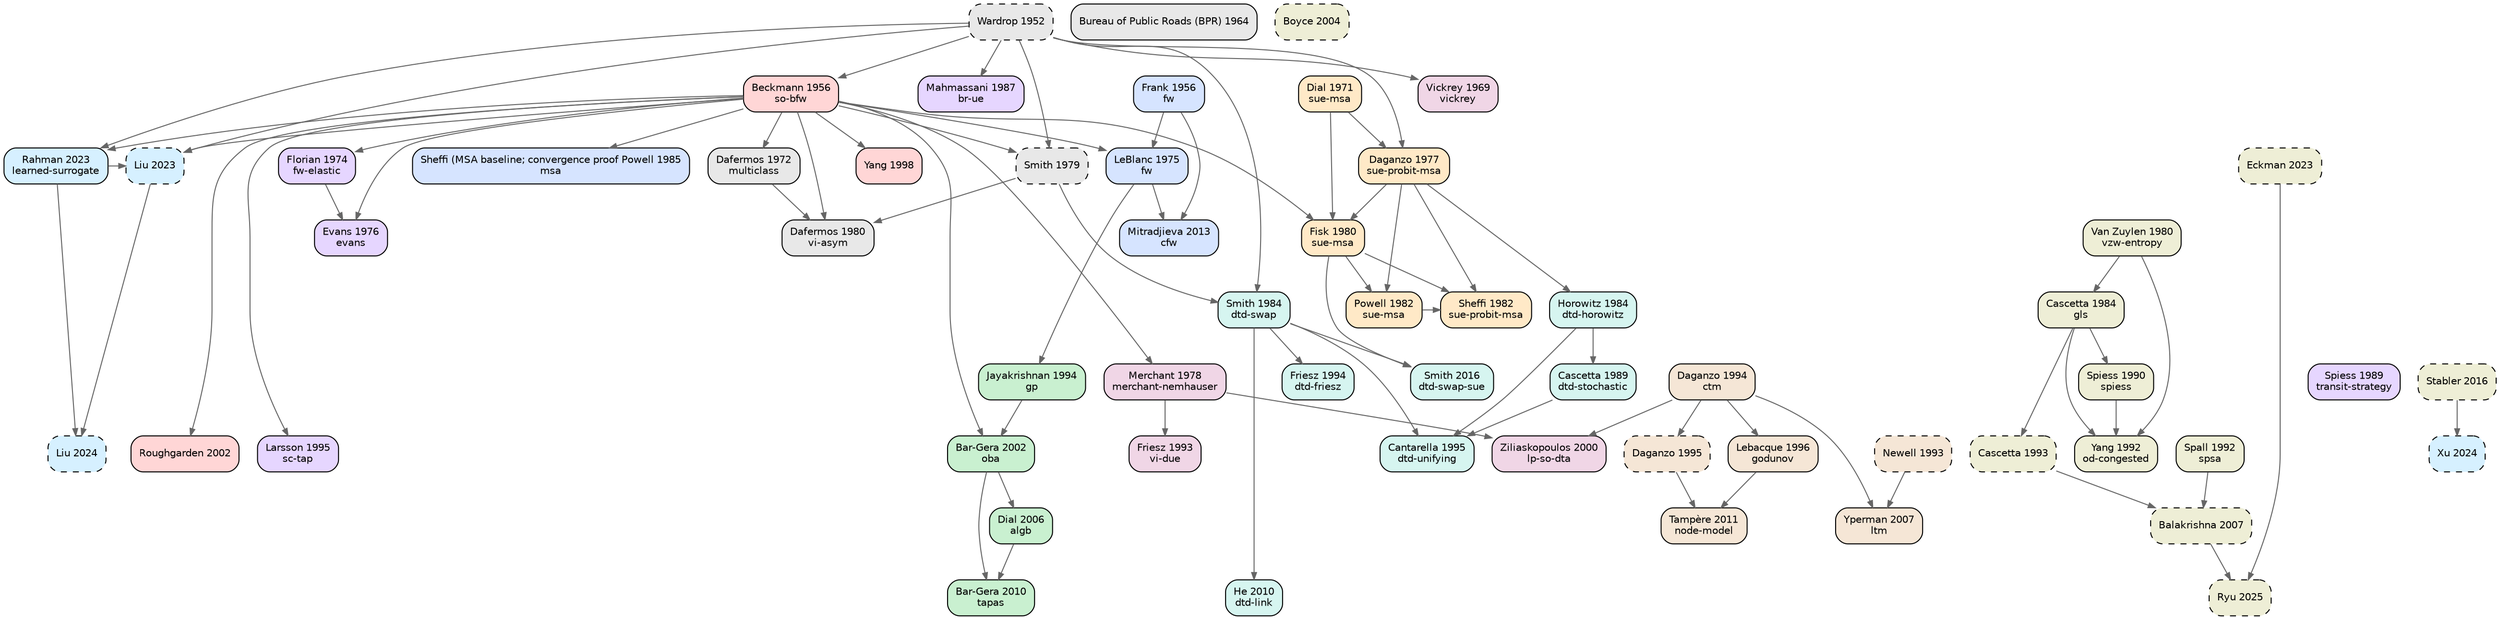
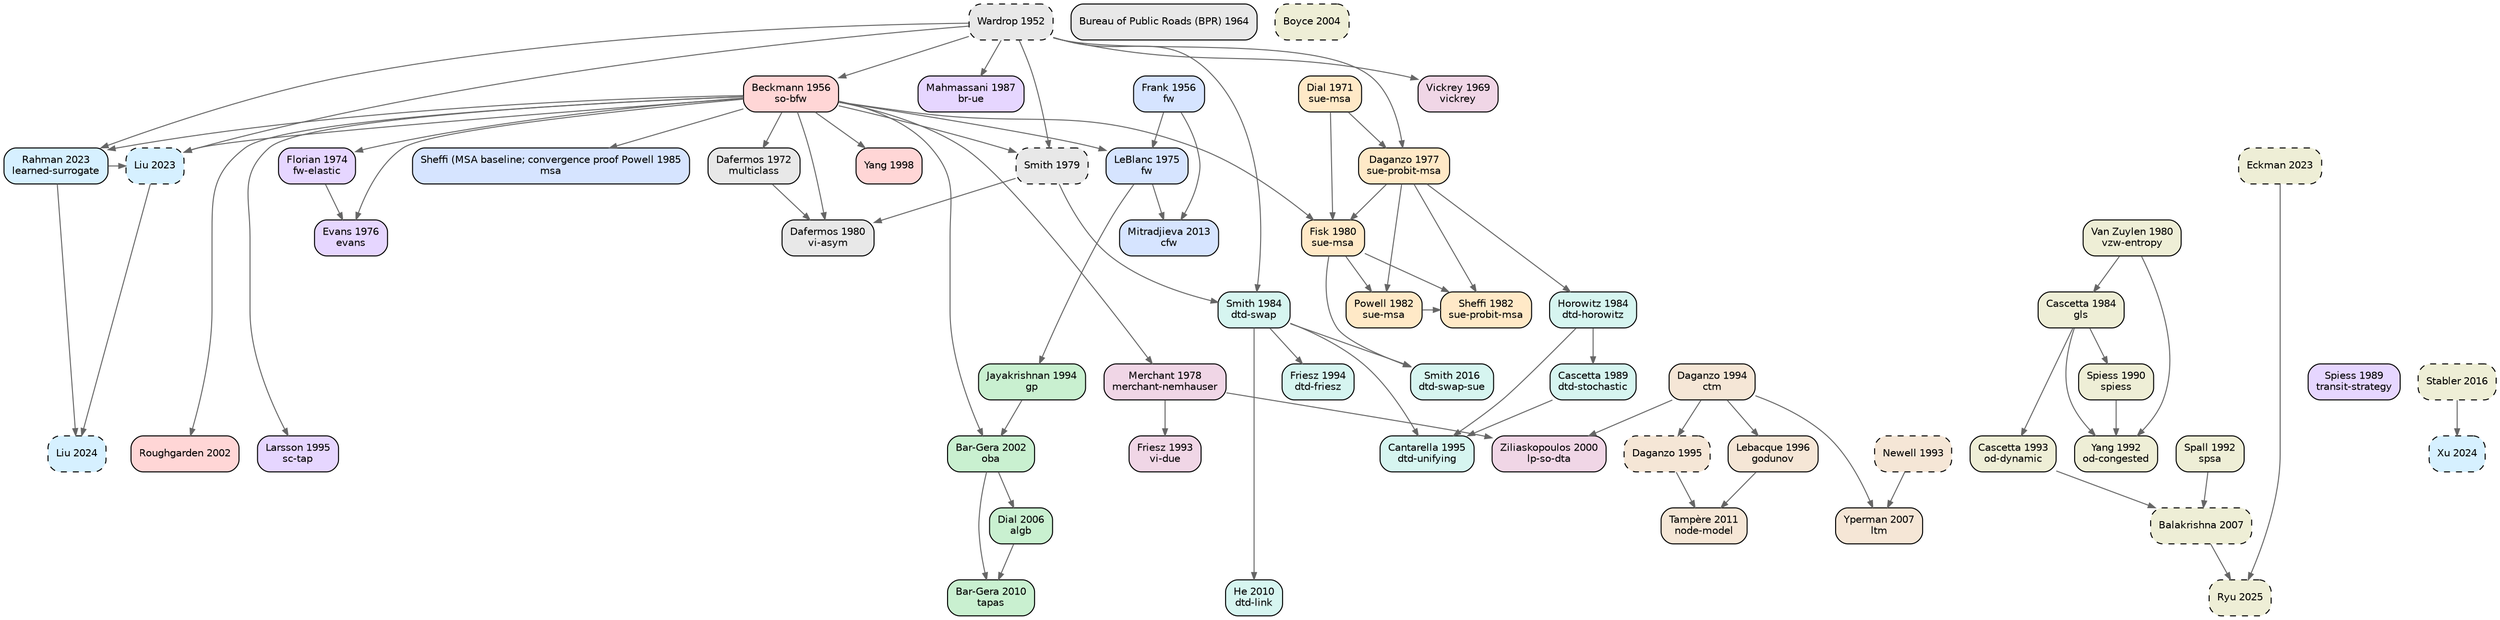
digraph TA_evolution {
  rankdir=TB; node [shape=box,style="rounded,filled",fontname="Helvetica",fontsize=10];
  edge [color="#666666",arrowsize=0.7];
  { rank=same; "wardrop1952some" }
  { rank=same; "frank1956algorithm" "beckmann1956studies" }
  { rank=same; "bpr1964traffic" }
  { rank=same; "vickrey1969congestion" }
  { rank=same; "dial1971probabilistic" }
  { rank=same; "dafermos1972traffic" }
  { rank=same; "florian1974method" }
  { rank=same; "leblanc1975efficient" }
  { rank=same; "evans1976derivation" }
  { rank=same; "daganzo1977stochastic" }
  { rank=same; "merchant1978model" }
  { rank=same; "smith1979existence" }
  { rank=same; "dafermos1980traffic" "fisk1980some" "vanzuylen1980most" }
  { rank=same; "powell1982convergence" "sheffi1982algorithm" }
  { rank=same; "horowitz1984stability" "smith1984stability" "cascetta1984estimation" }
  { rank=same; "sheffi1985urban" }
  { rank=same; "mahmassani1987on" }
  { rank=same; "spiess1989optimal" "cascetta1989stochastic" }
  { rank=same; "spiess1990gradient" }
  { rank=same; "spall1992multivariate" "yang1992estimation" }
  { rank=same; "newell1993simplified" "friesz1993variational" "cascetta1993dynamic" }
  { rank=same; "jayakrishnan1994faster" "friesz1994daytoday" "daganzo1994cell" }
  { rank=same; "larsson1995augmented" "cantarella1995dynamic" "daganzo1995cell" }
  { rank=same; "lebacque1996godunov" }
  { rank=same; "yang1998principle" }
  { rank=same; "ziliaskopoulos2000linear" }
  { rank=same; "bargera2002origin" "roughgarden2002how" }
  { rank=same; "boyce2004convergence" }
  { rank=same; "dial2006path" }
  { rank=same; "yperman2007link" "balakrishna2007offline" }
  { rank=same; "bargera2010traffic" "he2010linkbased" }
  { rank=same; "tampere2011generic" }
  { rank=same; "mitradjieva2013stiff" }
  { rank=same; "smith2016routeswapping" "stabler2016transportation" }
  { rank=same; "liu2023end" "rahman2023data" "eckman2023simopt" }
  { rank=same; "liu2024end" "xu2024unified" }
  { rank=same; "ryu2025bo4mob" }
  "wardrop1952some" [label="Wardrop 1952\n",fillcolor="#e8e8e8",style="rounded,filled,dashed"];
  "bpr1964traffic" [label="Bureau of Public Roads (BPR) 1964\n",fillcolor="#e8e8e8",style="rounded,filled"];
  "dafermos1972traffic" [label="Dafermos 1972\nmulticlass",fillcolor="#e8e8e8",style="rounded,filled"];
  "smith1979existence" [label="Smith 1979\n",fillcolor="#e8e8e8",style="rounded,filled,dashed"];
  "dafermos1980traffic" [label="Dafermos 1980\nvi-asym",fillcolor="#e8e8e8",style="rounded,filled"];
  "frank1956algorithm" [label="Frank 1956\nfw",fillcolor="#d6e4ff",style="rounded,filled"];
  "leblanc1975efficient" [label="LeBlanc 1975\nfw",fillcolor="#d6e4ff",style="rounded,filled"];
  "sheffi1985urban" [label="Sheffi (MSA baseline; convergence proof Powell 1985\nmsa",fillcolor="#d6e4ff",style="rounded,filled"];
  "mitradjieva2013stiff" [label="Mitradjieva 2013\ncfw",fillcolor="#d6e4ff",style="rounded,filled"];
  "jayakrishnan1994faster" [label="Jayakrishnan 1994\ngp",fillcolor="#c9f0d0",style="rounded,filled"];
  "bargera2002origin" [label="Bar-Gera 2002\noba",fillcolor="#c9f0d0",style="rounded,filled"];
  "dial2006path" [label="Dial 2006\nalgb",fillcolor="#c9f0d0",style="rounded,filled"];
  "bargera2010traffic" [label="Bar-Gera 2010\ntapas",fillcolor="#c9f0d0",style="rounded,filled"];
  "dial1971probabilistic" [label="Dial 1971\nsue-msa",fillcolor="#ffe9c7",style="rounded,filled"];
  "daganzo1977stochastic" [label="Daganzo 1977\nsue-probit-msa",fillcolor="#ffe9c7",style="rounded,filled"];
  "fisk1980some" [label="Fisk 1980\nsue-msa",fillcolor="#ffe9c7",style="rounded,filled"];
  "powell1982convergence" [label="Powell 1982\nsue-msa",fillcolor="#ffe9c7",style="rounded,filled"];
  "sheffi1982algorithm" [label="Sheffi 1982\nsue-probit-msa",fillcolor="#ffe9c7",style="rounded,filled"];
  "beckmann1956studies" [label="Beckmann 1956\nso-bfw",fillcolor="#ffd6d6",style="rounded,filled"];
  "yang1998principle" [label="Yang 1998\n",fillcolor="#ffd6d6",style="rounded,filled"];
  "roughgarden2002how" [label="Roughgarden 2002\n",fillcolor="#ffd6d6",style="rounded,filled"];
  "florian1974method" [label="Florian 1974\nfw-elastic",fillcolor="#e6d6ff",style="rounded,filled"];
  "evans1976derivation" [label="Evans 1976\nevans",fillcolor="#e6d6ff",style="rounded,filled"];
  "mahmassani1987on" [label="Mahmassani 1987\nbr-ue",fillcolor="#e6d6ff",style="rounded,filled"];
  "spiess1989optimal" [label="Spiess 1989\ntransit-strategy",fillcolor="#e6d6ff",style="rounded,filled"];
  "larsson1995augmented" [label="Larsson 1995\nsc-tap",fillcolor="#e6d6ff",style="rounded,filled"];
  "horowitz1984stability" [label="Horowitz 1984\ndtd-horowitz",fillcolor="#d6f5f0",style="rounded,filled"];
  "smith1984stability" [label="Smith 1984\ndtd-swap",fillcolor="#d6f5f0",style="rounded,filled"];
  "cascetta1989stochastic" [label="Cascetta 1989\ndtd-stochastic",fillcolor="#d6f5f0",style="rounded,filled"];
  "friesz1994daytoday" [label="Friesz 1994\ndtd-friesz",fillcolor="#d6f5f0",style="rounded,filled"];
  "cantarella1995dynamic" [label="Cantarella 1995\ndtd-unifying",fillcolor="#d6f5f0",style="rounded,filled"];
  "he2010linkbased" [label="He 2010\ndtd-link",fillcolor="#d6f5f0",style="rounded,filled"];
  "smith2016routeswapping" [label="Smith 2016\ndtd-swap-sue",fillcolor="#d6f5f0",style="rounded,filled"];
  "newell1993simplified" [label="Newell 1993\n",fillcolor="#f5e6d6",style="rounded,filled,dashed"];
  "daganzo1994cell" [label="Daganzo 1994\nctm",fillcolor="#f5e6d6",style="rounded,filled"];
  "daganzo1995cell" [label="Daganzo 1995\n",fillcolor="#f5e6d6",style="rounded,filled,dashed"];
  "lebacque1996godunov" [label="Lebacque 1996\ngodunov",fillcolor="#f5e6d6",style="rounded,filled"];
  "yperman2007link" [label="Yperman 2007\nltm",fillcolor="#f5e6d6",style="rounded,filled"];
  "tampere2011generic" [label="Tampère 2011\nnode-model",fillcolor="#f5e6d6",style="rounded,filled"];
  "vickrey1969congestion" [label="Vickrey 1969\nvickrey",fillcolor="#f0d6e6",style="rounded,filled"];
  "merchant1978model" [label="Merchant 1978\nmerchant-nemhauser",fillcolor="#f0d6e6",style="rounded,filled"];
  "friesz1993variational" [label="Friesz 1993\nvi-due",fillcolor="#f0d6e6",style="rounded,filled"];
  "ziliaskopoulos2000linear" [label="Ziliaskopoulos 2000\nlp-so-dta",fillcolor="#f0d6e6",style="rounded,filled"];
  "liu2023end" [label="Liu 2023\n",fillcolor="#d6f0ff",style="rounded,filled,dashed"];
  "rahman2023data" [label="Rahman 2023\nlearned-surrogate",fillcolor="#d6f0ff",style="rounded,filled"];
  "liu2024end" [label="Liu 2024\n",fillcolor="#d6f0ff",style="rounded,filled,dashed"];
  "xu2024unified" [label="Xu 2024\n",fillcolor="#d6f0ff",style="rounded,filled,dashed"];
  "vanzuylen1980most" [label="Van Zuylen 1980\nvzw-entropy",fillcolor="#eeeed6",style="rounded,filled"];
  "cascetta1984estimation" [label="Cascetta 1984\ngls",fillcolor="#eeeed6",style="rounded,filled"];
  "spiess1990gradient" [label="Spiess 1990\nspiess",fillcolor="#eeeed6",style="rounded,filled"];
  "spall1992multivariate" [label="Spall 1992\nspsa",fillcolor="#eeeed6",style="rounded,filled"];
  "yang1992estimation" [label="Yang 1992\nod-congested",fillcolor="#eeeed6",style="rounded,filled"];
-   "cascetta1993dynamic" [label="Cascetta 1993\n",fillcolor="#eeeed6",style="rounded,filled,dashed"];
+   "cascetta1993dynamic" [label="Cascetta 1993\nod-dynamic",fillcolor="#eeeed6",style="rounded,filled"];
  "boyce2004convergence" [label="Boyce 2004\n",fillcolor="#eeeed6",style="rounded,filled,dashed"];
  "balakrishna2007offline" [label="Balakrishna 2007\n",fillcolor="#eeeed6",style="rounded,filled,dashed"];
  "stabler2016transportation" [label="Stabler 2016\n",fillcolor="#eeeed6",style="rounded,filled,dashed"];
  "eckman2023simopt" [label="Eckman 2023\n",fillcolor="#eeeed6",style="rounded,filled,dashed"];
  "ryu2025bo4mob" [label="Ryu 2025\n",fillcolor="#eeeed6",style="rounded,filled,dashed"];
  "beckmann1956studies" -> "dafermos1972traffic";
  "wardrop1952some" -> "smith1979existence";
  "beckmann1956studies" -> "smith1979existence";
  "smith1979existence" -> "dafermos1980traffic";
  "beckmann1956studies" -> "dafermos1980traffic";
  "dafermos1972traffic" -> "dafermos1980traffic";
  "frank1956algorithm" -> "leblanc1975efficient";
  "beckmann1956studies" -> "leblanc1975efficient";
  "beckmann1956studies" -> "sheffi1985urban";
  "leblanc1975efficient" -> "mitradjieva2013stiff";
  "frank1956algorithm" -> "mitradjieva2013stiff";
  "leblanc1975efficient" -> "jayakrishnan1994faster";
  "jayakrishnan1994faster" -> "bargera2002origin";
  "beckmann1956studies" -> "bargera2002origin";
  "bargera2002origin" -> "dial2006path";
  "dial2006path" -> "bargera2010traffic";
  "bargera2002origin" -> "bargera2010traffic";
  "dial1971probabilistic" -> "daganzo1977stochastic";
  "wardrop1952some" -> "daganzo1977stochastic";
  "daganzo1977stochastic" -> "fisk1980some";
  "dial1971probabilistic" -> "fisk1980some";
  "beckmann1956studies" -> "fisk1980some";
  "fisk1980some" -> "powell1982convergence";
  "daganzo1977stochastic" -> "powell1982convergence";
  "daganzo1977stochastic" -> "sheffi1982algorithm";
  "powell1982convergence" -> "sheffi1982algorithm";
  "fisk1980some" -> "sheffi1982algorithm";
  "wardrop1952some" -> "beckmann1956studies";
  "beckmann1956studies" -> "yang1998principle";
  "beckmann1956studies" -> "roughgarden2002how";
  "beckmann1956studies" -> "florian1974method";
  "beckmann1956studies" -> "evans1976derivation";
  "florian1974method" -> "evans1976derivation";
  "wardrop1952some" -> "mahmassani1987on";
  "beckmann1956studies" -> "larsson1995augmented";
  "daganzo1977stochastic" -> "horowitz1984stability";
  "smith1979existence" -> "smith1984stability";
  "wardrop1952some" -> "smith1984stability";
  "horowitz1984stability" -> "cascetta1989stochastic";
  "smith1984stability" -> "friesz1994daytoday";
  "cascetta1989stochastic" -> "cantarella1995dynamic";
  "smith1984stability" -> "cantarella1995dynamic";
  "horowitz1984stability" -> "cantarella1995dynamic";
  "smith1984stability" -> "he2010linkbased";
  "smith1984stability" -> "smith2016routeswapping";
  "fisk1980some" -> "smith2016routeswapping";
  "daganzo1994cell" -> "daganzo1995cell";
  "daganzo1994cell" -> "lebacque1996godunov";
  "newell1993simplified" -> "yperman2007link";
  "daganzo1994cell" -> "yperman2007link";
  "daganzo1995cell" -> "tampere2011generic";
  "lebacque1996godunov" -> "tampere2011generic";
  "wardrop1952some" -> "vickrey1969congestion";
  "beckmann1956studies" -> "merchant1978model";
  "merchant1978model" -> "friesz1993variational";
  "merchant1978model" -> "ziliaskopoulos2000linear";
  "daganzo1994cell" -> "ziliaskopoulos2000linear";
  "rahman2023data" -> "liu2023end";
  "beckmann1956studies" -> "liu2023end";
  "wardrop1952some" -> "liu2023end";
  "wardrop1952some" -> "rahman2023data";
  "beckmann1956studies" -> "rahman2023data";
  "rahman2023data" -> "liu2024end";
  "liu2023end" -> "liu2024end";
  "stabler2016transportation" -> "xu2024unified";
  "vanzuylen1980most" -> "cascetta1984estimation";
  "cascetta1984estimation" -> "spiess1990gradient";
  "cascetta1984estimation" -> "yang1992estimation";
  "spiess1990gradient" -> "yang1992estimation";
  "vanzuylen1980most" -> "yang1992estimation";
  "cascetta1984estimation" -> "cascetta1993dynamic";
  "spall1992multivariate" -> "balakrishna2007offline";
  "cascetta1993dynamic" -> "balakrishna2007offline";
  "eckman2023simopt" -> "ryu2025bo4mob";
  "balakrishna2007offline" -> "ryu2025bo4mob";
}
